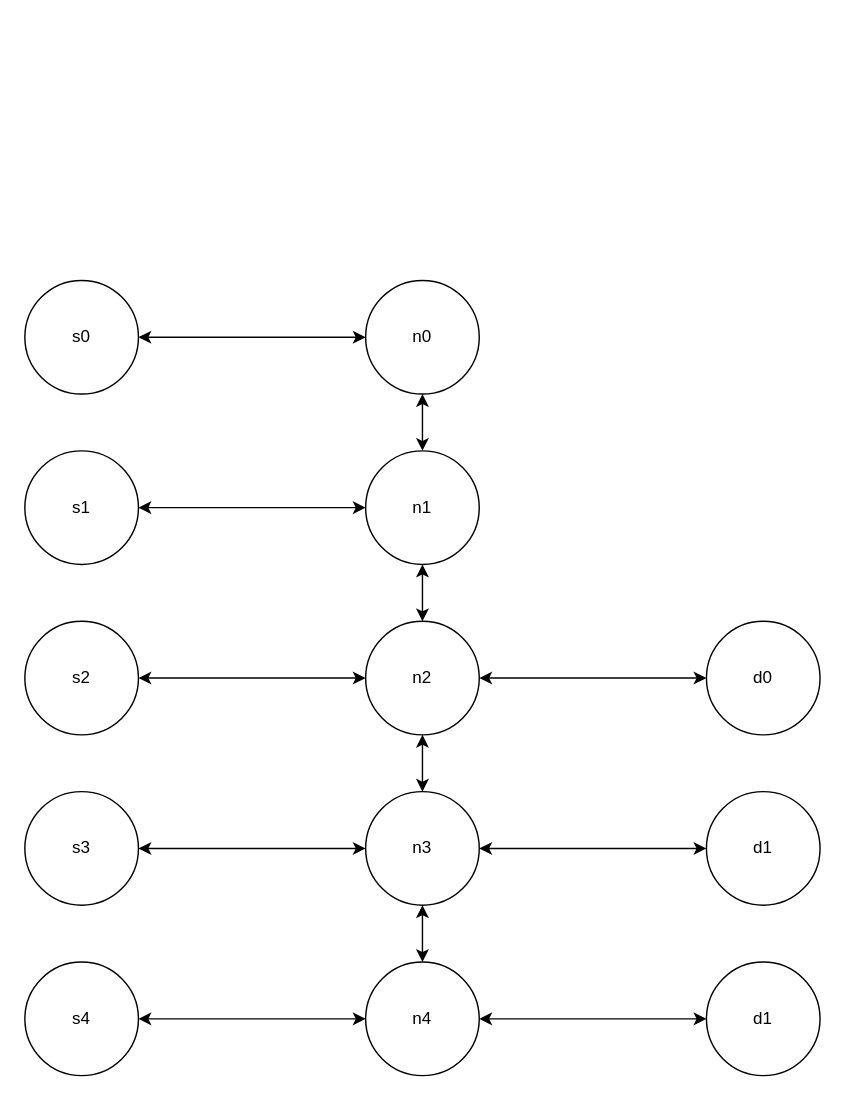
Above: Documents/Node Struktur.drawio in maxmoehl/WarehouseManagement (draw.io), before the change. Source tidied: cells renumbered, new cells numbered last; positions are measured from the earlier drawing's top-left corner, leaving out a move shared by most shapes. Both pictures are drawn from the tidied source at 142%, with x=0, y=0 at pixel (24, 280).
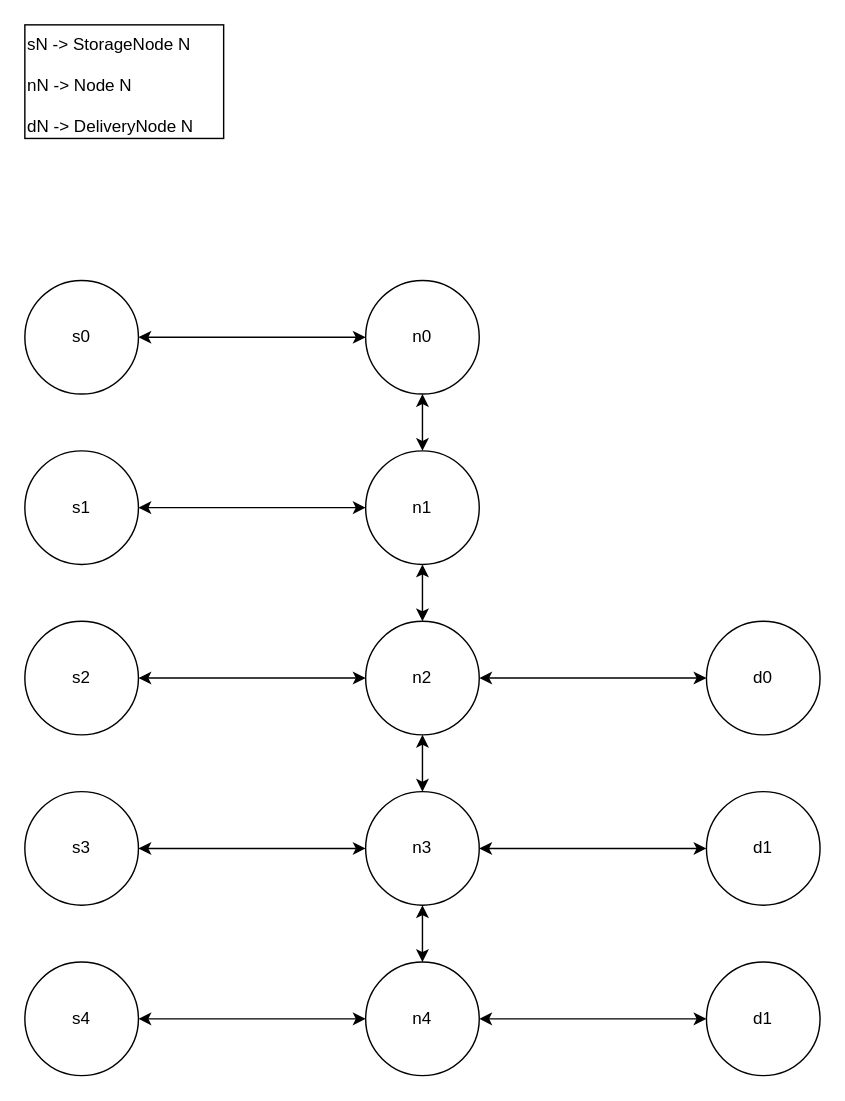
The same diagram, later.

Diff of the diagram source:
```diff
@@
+    <mxCell id="27" value="sN -&amp;gt; StorageNode N&lt;br&gt;&lt;br&gt;nN -&amp;gt; Node N&lt;br&gt;&lt;br&gt;dN -&amp;gt; DeliveryNode N&lt;br&gt;" style="rounded=0;whiteSpace=wrap;html=1;align=left;verticalAlign=top;" parent="1" vertex="1">
+      <mxGeometry y="-180" width="140" height="80" as="geometry" />
+    </mxCell>
```
